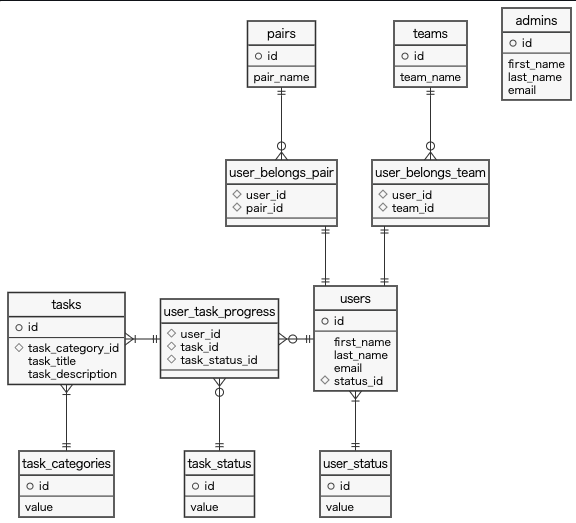
This is main/04_architecture/31_ddd_challenge/erd/erd.png from umirai/PrahaChallenge, a PlantUML export, as it was before one commit. Its source is kept beside it as main/04_architecture/31_ddd_challenge/erd/erd.pu.
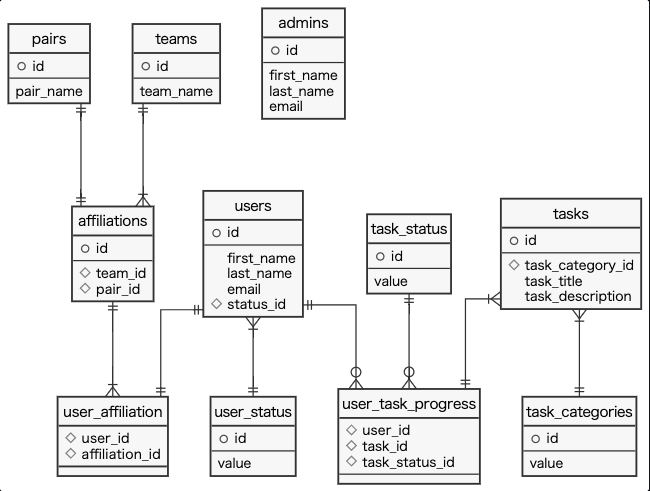
After the change.

The edit, as a diff of the source:
```diff
@@ -32,6 +32,13 @@
   team_name
 }
 
+entity affiliations {
+  + id
+  --
+  # team_id
+  # pair_id
+}
+
 entity admins {
   + id
   --
@@ -60,16 +67,9 @@
   value
 }
 
-entity user_belongs_team {
+entity user_affiliation {
   # user_id
-  # team_id
-  --
-}
-
-entity user_belongs_pair {
-  # user_id
-  # pair_id
-  --
+  # affiliation_id
 }
 
 entity user_task_progress {
@@ -80,15 +80,15 @@
 }
 
 users }|--|| user_status
-users ||-up-|| user_belongs_team
-teams ||--o{ user_belongs_team
-users ||-up-|| user_belongs_pair
-pairs ||--o{ user_belongs_pair
+teams ||--|{ affiliations
+pairs ||--|| affiliations
+users ||--|| user_affiliation
+affiliations ||--|{ user_affiliation
 
 
-users ||-left-o{ user_task_progress
-tasks }|-down-|| task_categories
-tasks }|-right-|| user_task_progress
-task_status ||-up-o{ user_task_progress
+users ||--o{ user_task_progress
+tasks }|--|| task_categories
+tasks }|--|| user_task_progress
+task_status ||--o{ user_task_progress
 
 @enduml
```
